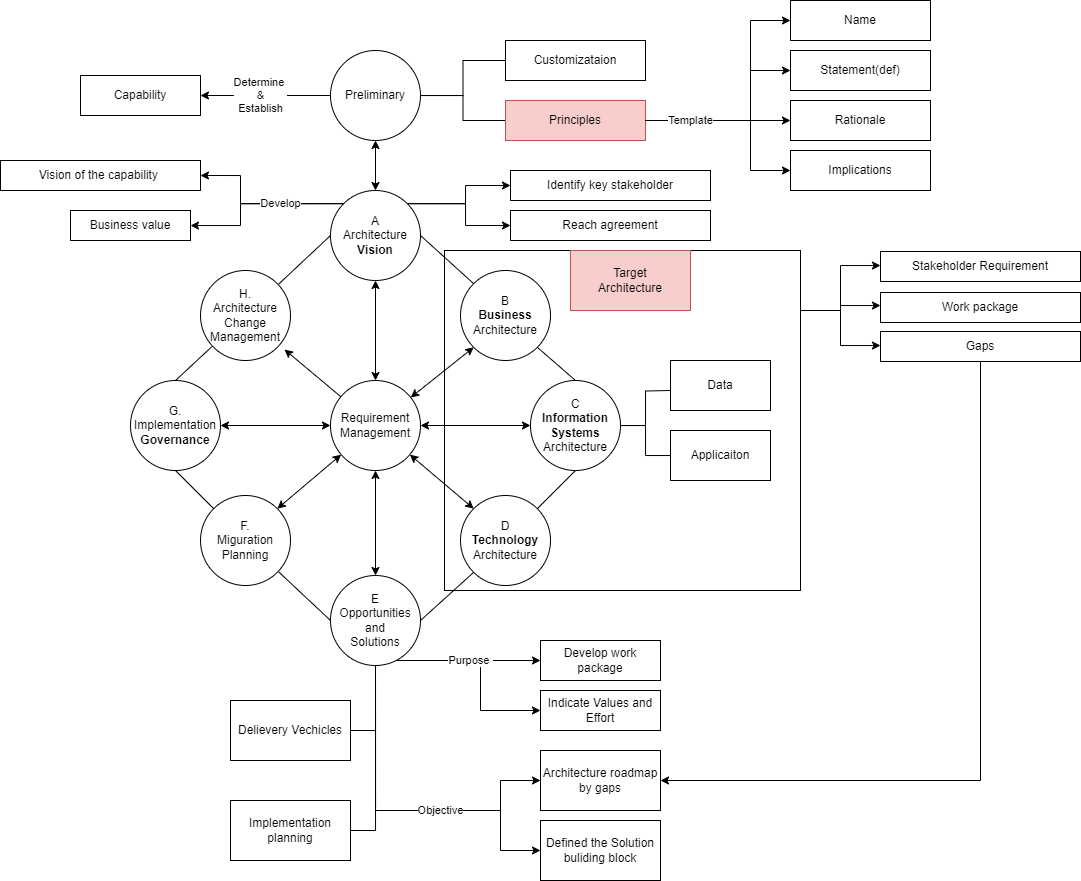
This is drawio/Togaf/adm.drawio.png from cmkam/architecture, a draw.io export, as it was before one commit. Source tidied: cells renumbered, new cells last; positions are measured from the earlier drawing's top-left corner, leaving out a move shared by most shapes.
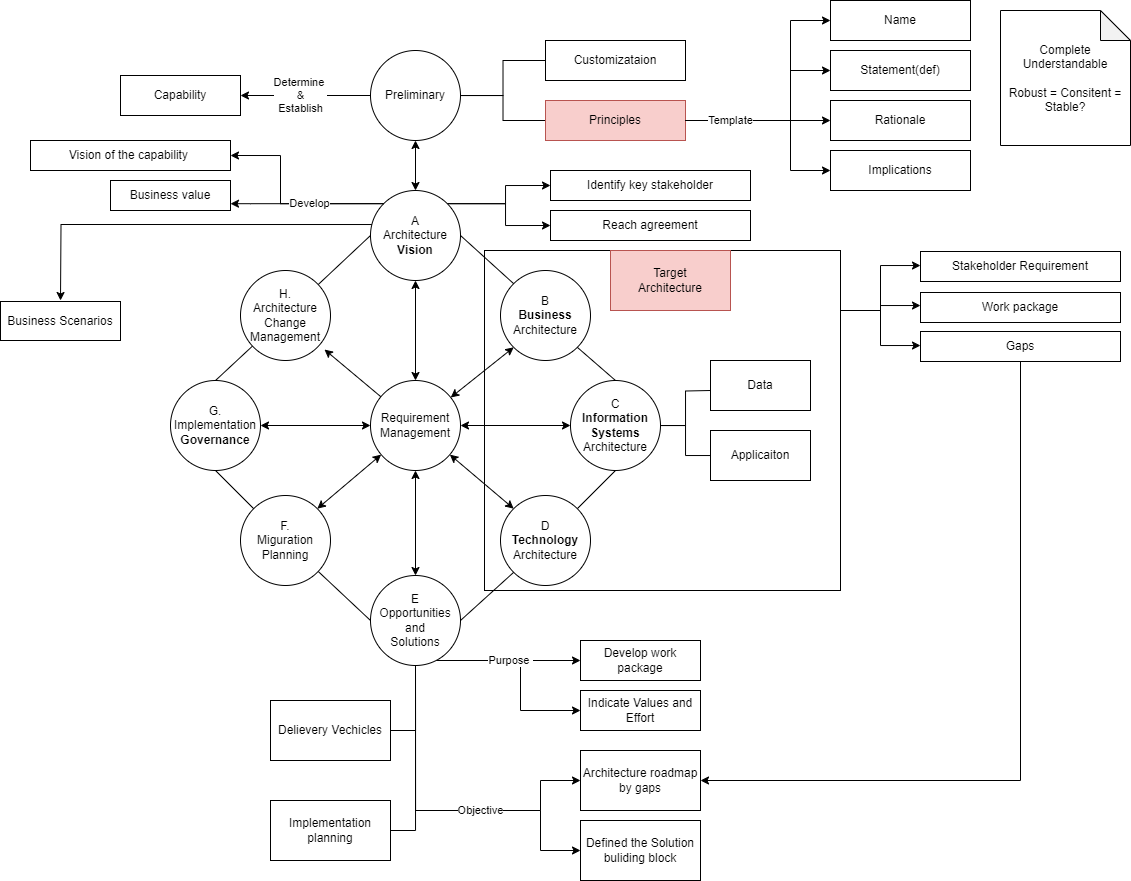
After the change.

What changed in the source:
```diff
@@ -100,14 +100,19 @@
         </Array>
       </mxGeometry>
     </mxCell>
+    <mxCell id="78" style="edgeStyle=orthogonalEdgeStyle;rounded=0;jettySize=auto;html=1;exitX=0.035;exitY=0.378;exitDx=0;exitDy=0;exitPerimeter=0;" parent="14" edge="1" source="23">
+      <mxGeometry relative="1" as="geometry">
+        <mxPoint x="20" y="300" as="targetPoint" />
+      </mxGeometry>
+    </mxCell>
     <mxCell id="23" value="A&lt;br&gt;Architecture&lt;br&gt;&lt;b&gt;Vision&lt;/b&gt;" style="ellipse;whiteSpace=wrap;html=1;" parent="14" vertex="1">
       <mxGeometry x="330" y="190" width="90" height="90" as="geometry" />
     </mxCell>
     <mxCell id="24" style="edgeStyle=orthogonalEdgeStyle;rounded=0;jettySize=auto;html=1;exitX=0;exitY=0;exitDx=0;exitDy=0;" parent="14" edge="1" source="23" target="62">
       <mxGeometry relative="1" as="geometry">
         <Array as="points">
-          <mxPoint x="240" y="203" />
-          <mxPoint x="240" y="225" />
+          <mxPoint x="210" y="203" />
+          <mxPoint x="210" y="203" />
         </Array>
       </mxGeometry>
     </mxCell>
@@ -115,7 +120,7 @@
       <mxGeometry x="-0.26" relative="1" as="geometry">
         <Array as="points">
           <mxPoint x="240" y="203" />
-          <mxPoint x="240" y="175" />
+          <mxPoint x="240" y="155" />
         </Array>
       </mxGeometry>
     </mxCell>
@@ -246,10 +251,10 @@
       <mxGeometry x="230" y="700" width="120" height="60" as="geometry" />
     </mxCell>
     <mxCell id="61" value="Vision of the capability&amp;nbsp;" style="rounded=0;whiteSpace=wrap;html=1;" parent="14" vertex="1">
-      <mxGeometry y="160" width="200" height="30" as="geometry" />
+      <mxGeometry x="-10" y="140" width="200" height="30" as="geometry" />
     </mxCell>
     <mxCell id="62" value="Business value" style="rounded=0;whiteSpace=wrap;html=1;" parent="14" vertex="1">
-      <mxGeometry x="70" y="210" width="120" height="30" as="geometry" />
+      <mxGeometry x="70" y="180" width="120" height="30" as="geometry" />
     </mxCell>
     <mxCell id="63" value="Capability" style="rounded=0;whiteSpace=wrap;html=1;" parent="14" vertex="1">
       <mxGeometry x="80" y="75" width="120" height="40" as="geometry" />
@@ -311,5 +316,11 @@
         </Array>
       </mxGeometry>
     </mxCell>
+    <mxCell id="79" value="Business Scenarios" style="rounded=0;whiteSpace=wrap;html=1;" parent="14" vertex="1">
+      <mxGeometry x="-40" y="301" width="120" height="39" as="geometry" />
+    </mxCell>
+    <mxCell id="80" value="Complete&lt;br&gt;Understandable&lt;br&gt;&lt;br&gt;Robust =&amp;nbsp;Consitent = Stable?" style="shape=note;whiteSpace=wrap;html=1;backgroundOutline=1;darkOpacity=0.05;" parent="14" vertex="1">
+      <mxGeometry x="960" y="10" width="130" height="135" as="geometry" />
+    </mxCell>
   </root>
 </mxGraphModel>
```
